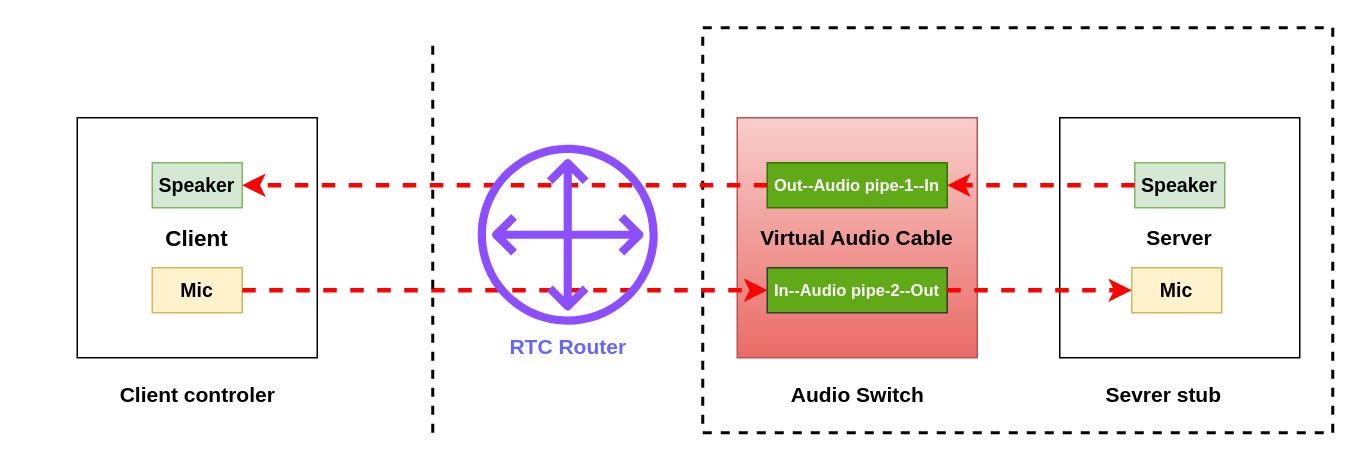
The draw.io diagram realtimemode.drawio in nxtreaming/webchat, before the edit. Source tidied: cells renumbered, new cells numbered last; positions are measured from the earlier drawing's top-left corner, leaving out a move shared by most shapes. Both pictures are drawn from the tidied source at 150%, with x=0, y=0 at pixel (76, 27).
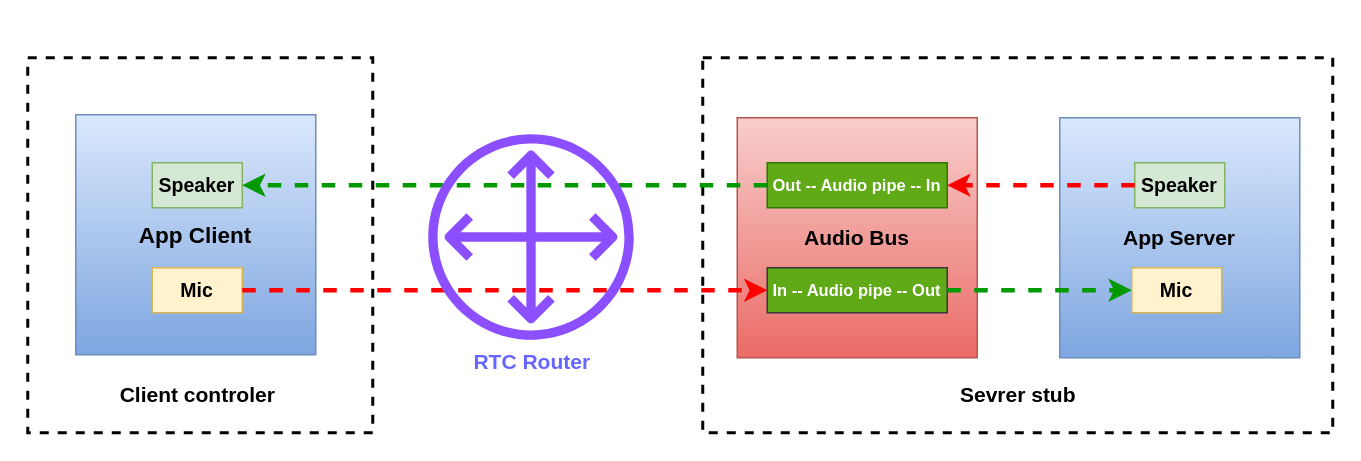
The same page after the edit.

The change refers to these unchanged cells:
```xml
<mxCell id="5" value="&lt;font style=&quot;font-size: 13px;&quot;&gt;&lt;b&gt;Speaker&lt;/b&gt;&lt;/font&gt;" style="text;strokeColor=#82b366;align=center;fillColor=#d5e8d4;html=1;verticalAlign=middle;whiteSpace=wrap;rounded=0;" parent="1" vertex="1">
  <mxGeometry x="50" y="90" width="60" height="30" as="geometry" />
</mxCell>
<mxCell id="7" value="&lt;font style=&quot;font-size: 13px;&quot;&gt;&lt;b&gt;Mic&lt;/b&gt;&lt;/font&gt;" style="text;strokeColor=#d6b656;align=center;fillColor=#fff2cc;html=1;verticalAlign=middle;whiteSpace=wrap;rounded=0;" parent="1" vertex="1">
  <mxGeometry x="703" y="160" width="60" height="30" as="geometry" />
</mxCell>
```

What changed in the source:
```diff
@@
+    <mxCell id="21" style="rounded=0;whiteSpace=wrap;html=1;dashed=1;strokeWidth=2;" parent="1" vertex="1">
+      <mxGeometry x="-33" y="20" width="230" height="250" as="geometry" />
+    </mxCell>
     <mxCell id="2" style="rounded=0;whiteSpace=wrap;html=1;dashed=1;strokeWidth=2;" parent="1" vertex="1">
-      <mxGeometry x="417" width="420" height="270" as="geometry" />
+      <mxGeometry x="417" y="20" width="420" height="250" as="geometry" />
     </mxCell>
-    <mxCell id="3" value="&lt;font style=&quot;font-size: 15px;&quot;&gt;&lt;b&gt;Client&lt;/b&gt;&lt;/font&gt;" style="whiteSpace=wrap;html=1;" parent="1" vertex="1">
-      <mxGeometry y="60" width="160" height="160" as="geometry" />
+    <mxCell id="3" value="&lt;font style=&quot;font-size: 15px;&quot;&gt;&lt;b&gt;App Client&lt;/b&gt;&lt;/font&gt;" style="whiteSpace=wrap;html=1;fillColor=#dae8fc;gradientColor=#7ea6e0;strokeColor=#6c8ebf;" parent="1" vertex="1">
+      <mxGeometry x="-1" y="58" width="160" height="160" as="geometry" />
     </mxCell>
@@
-    <mxCell id="6" value="&lt;font style=&quot;font-size: 14px;&quot;&gt;&lt;b&gt;Server&lt;/b&gt;&lt;/font&gt;" style="whiteSpace=wrap;html=1;" parent="1" vertex="1">
+    <mxCell id="6" value="&lt;font style=&quot;font-size: 14px;&quot;&gt;&lt;b&gt;App Server&lt;/b&gt;&lt;/font&gt;" style="whiteSpace=wrap;html=1;fillColor=#dae8fc;strokeColor=#6c8ebf;gradientColor=#7ea6e0;" parent="1" vertex="1">
       <mxGeometry x="655" y="60" width="160" height="160" as="geometry" />
     </mxCell>
@@
-    <mxCell id="9" value="&lt;font style=&quot;font-size: 14px;&quot;&gt;&lt;b&gt;Virtual Audio Cable&lt;/b&gt;&lt;/font&gt;" style="whiteSpace=wrap;html=1;fillColor=#f8cecc;gradientColor=#ea6b66;strokeColor=#b85450;" parent="1" vertex="1">
+    <mxCell id="9" value="&lt;font style=&quot;font-size: 14px;&quot;&gt;&lt;b&gt;Audio Bus&lt;/b&gt;&lt;/font&gt;" style="whiteSpace=wrap;html=1;fillColor=#f8cecc;gradientColor=#ea6b66;strokeColor=#b85450;" parent="1" vertex="1">
       <mxGeometry x="440" y="60" width="160" height="160" as="geometry" />
     </mxCell>
-    <mxCell id="10" value="&lt;font style=&quot;font-size: 11px;&quot;&gt;&lt;b&gt;Out--Audio pipe-1--In&lt;/b&gt;&lt;/font&gt;" style="rounded=0;whiteSpace=wrap;html=1;fillColor=#60a917;fontColor=#ffffff;strokeColor=#2D7600;" parent="1" vertex="1">
+    <mxCell id="10" value="&lt;font size=&quot;1&quot; style=&quot;&quot;&gt;&lt;b style=&quot;font-size: 11px;&quot;&gt;Out -- Audio pipe -- In&lt;/b&gt;&lt;/font&gt;" style="rounded=0;whiteSpace=wrap;html=1;fillColor=#60a917;fontColor=#ffffff;strokeColor=#2D7600;" parent="1" vertex="1">
       <mxGeometry x="460" y="90" width="120" height="30" as="geometry" />
     </mxCell>
-    <mxCell id="11" value="&lt;font color=&quot;#ffffff&quot; style=&quot;font-size: 11px;&quot;&gt;&lt;b&gt;In--Audio pipe-2--Out&lt;/b&gt;&lt;/font&gt;" style="rounded=0;whiteSpace=wrap;html=1;fillColor=#60A917;strokeColor=#36393d;" parent="1" vertex="1">
+    <mxCell id="11" value="&lt;font color=&quot;#ffffff&quot; style=&quot;font-size: 11px;&quot;&gt;&lt;b&gt;In -- Audio pipe -- Out&lt;/b&gt;&lt;/font&gt;" style="rounded=0;whiteSpace=wrap;html=1;fillColor=#60A917;strokeColor=#36393d;" parent="1" vertex="1">
       <mxGeometry x="460" y="160" width="120" height="30" as="geometry" />
     </mxCell>
@@
-    <mxCell id="13" style="endArrow=classic;html=1;rounded=0;exitX=1;exitY=0.5;exitDx=0;exitDy=0;entryX=0;entryY=0.5;entryDx=0;entryDy=0;strokeWidth=3;dashed=1;strokeColor=#FF0000;" parent="1" edge="1" source="11" target="7">
+    <mxCell id="13" style="endArrow=classic;html=1;rounded=0;exitX=1;exitY=0.5;exitDx=0;exitDy=0;entryX=0;entryY=0.5;entryDx=0;entryDy=0;strokeWidth=3;dashed=1;strokeColor=#009900;" parent="1" edge="1" source="11" target="7">
       <mxGeometry relative="1" as="geometry" />
     </mxCell>
@@
-    <mxCell id="15" style="endArrow=classic;html=1;rounded=0;exitX=0;exitY=0.5;exitDx=0;exitDy=0;entryX=1;entryY=0.5;entryDx=0;entryDy=0;strokeWidth=3;dashed=1;strokeColor=#FF0000;" parent="1" edge="1" source="10" target="5">
+    <mxCell id="15" style="endArrow=classic;html=1;rounded=0;exitX=0;exitY=0.5;exitDx=0;exitDy=0;entryX=1;entryY=0.5;entryDx=0;entryDy=0;strokeWidth=3;dashed=1;strokeColor=#009900;" parent="1" edge="1" source="10" target="5">
       <mxGeometry relative="1" as="geometry" />
     </mxCell>
-    <mxCell id="16" style="endArrow=none;dashed=1;html=1;rounded=0;strokeWidth=2;" parent="1" edge="1">
-      <mxGeometry relative="1" as="geometry">
-        <mxPoint x="237" y="270" as="sourcePoint" />
-        <mxPoint x="237" y="10" as="targetPoint" />
-      </mxGeometry>
-    </mxCell>
     <mxCell id="17" value="&lt;font color=&quot;#6666ff&quot;&gt;&lt;span style=&quot;font-size: 14px;&quot;&gt;&lt;b&gt;RTC Router&lt;/b&gt;&lt;/span&gt;&lt;/font&gt;" style="sketch=0;fontColor=#232F3E;gradientColor=none;fillColor=#8C4FFF;strokeColor=none;dashed=1;verticalLabelPosition=bottom;verticalAlign=top;align=center;html=1;fontSize=12;fontStyle=0;shape=mxgraph.aws4.customer_gateway;" parent="1" vertex="1">
-      <mxGeometry x="267" y="78" width="120" height="120" as="geometry" />
+      <mxGeometry x="234" y="71" width="137" height="137" as="geometry" />
     </mxCell>
@@
     <mxCell id="19" value="&lt;b&gt;&lt;font style=&quot;font-size: 14px;&quot;&gt;Sevrer stub&lt;/font&gt;&lt;/b&gt;" style="text;html=1;align=center;verticalAlign=middle;strokeColor=none;fillColor=none;" parent="1" vertex="1">
-      <mxGeometry x="674" y="230" width="100" height="30" as="geometry" />
+      <mxGeometry x="577" y="230" width="100" height="30" as="geometry" />
     </mxCell>
-    <mxCell id="20" value="&lt;b&gt;&lt;font style=&quot;font-size: 14px;&quot;&gt;Audio Switch&lt;/font&gt;&lt;/b&gt;" style="text;html=1;align=center;verticalAlign=middle;strokeColor=none;fillColor=none;" parent="1" vertex="1">
-      <mxGeometry x="465" y="230" width="110" height="30" as="geometry" />
-    </mxCell>
```
